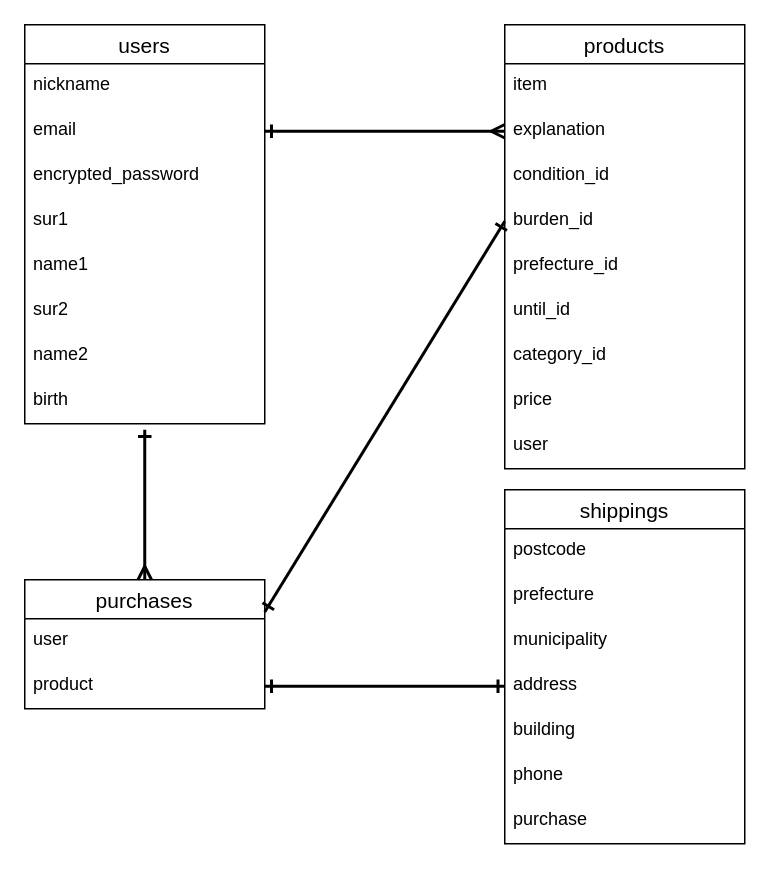
Above: ER.dio in toyoki7/furima-39614 (draw.io), before the change. Source tidied: cells renumbered, new cells numbered last; positions are measured from the earlier drawing's top-left corner, leaving out a move shared by most shapes. Both pictures are drawn from the tidied source at 150%, with x=0, y=0 at pixel (24, 24).
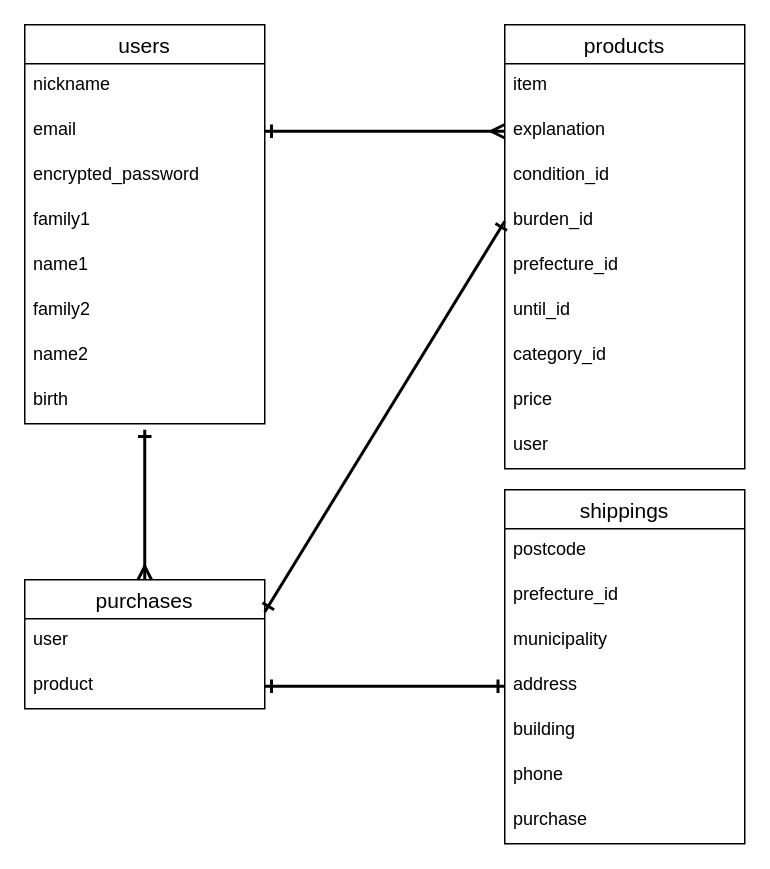
The same diagram, later.

Commit message (it also covers changes not shown here):
データベース設計6

Unchanged cells that the change refers to:
```xml
<mxCell id="12" value="users" style="swimlane;fontStyle=0;horizontal=1;startSize=26;align=center;fontSize=14;" parent="1" vertex="1">
  <mxGeometry width="160" height="266" as="geometry" />
</mxCell>
<mxCell id="24" value="shippings" style="swimlane;fontStyle=0;horizontal=1;startSize=26;align=center;fontSize=14;" parent="1" vertex="1">
  <mxGeometry x="320" y="310" width="160" height="236" as="geometry" />
</mxCell>
```

Diff of the diagram source:
```diff
@@
-    <mxCell id="16" value="sur1" style="text;strokeColor=none;fillColor=none;spacingLeft=4;spacingRight=4;overflow=hidden;fontSize=12;" parent="12" vertex="1">
+    <mxCell id="16" value="family1" style="text;strokeColor=none;fillColor=none;spacingLeft=4;spacingRight=4;overflow=hidden;fontSize=12;" parent="12" vertex="1">
       <mxGeometry y="116" width="160" height="30" as="geometry" />
     </mxCell>
@@
-    <mxCell id="18" value="sur2" style="text;strokeColor=none;fillColor=none;spacingLeft=4;spacingRight=4;overflow=hidden;fontSize=12;" parent="12" vertex="1">
+    <mxCell id="18" value="family2" style="text;strokeColor=none;fillColor=none;spacingLeft=4;spacingRight=4;overflow=hidden;fontSize=12;" parent="12" vertex="1">
       <mxGeometry y="176" width="160" height="30" as="geometry" />
     </mxCell>
@@
-    <mxCell id="26" value="prefecture" style="text;strokeColor=none;fillColor=none;spacingLeft=4;spacingRight=4;overflow=hidden;fontSize=12;" parent="24" vertex="1">
+    <mxCell id="26" value="prefecture_id" style="text;strokeColor=none;fillColor=none;spacingLeft=4;spacingRight=4;overflow=hidden;fontSize=12;" parent="24" vertex="1">
       <mxGeometry y="56" width="160" height="30" as="geometry" />
     </mxCell>
```
